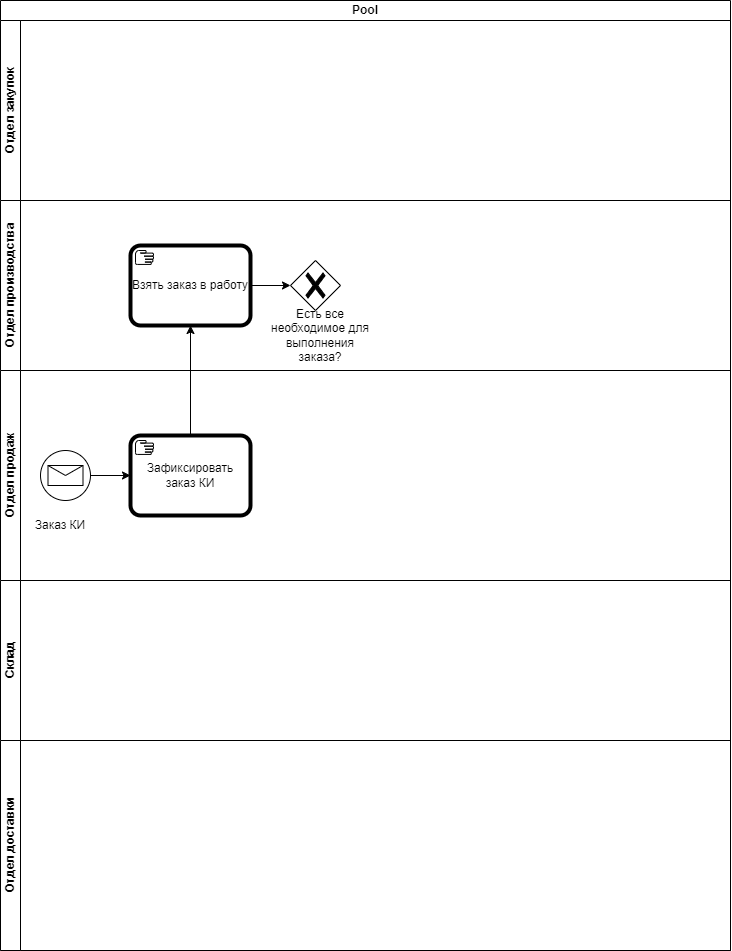
Before: BPMN.drawio.png, a diagram exported from draw.io (SofiyaBrodnikova/-educational). Source tidied: cells renumbered, new cells last; positions are measured from the earlier drawing's top-left corner, leaving out a move shared by most shapes.
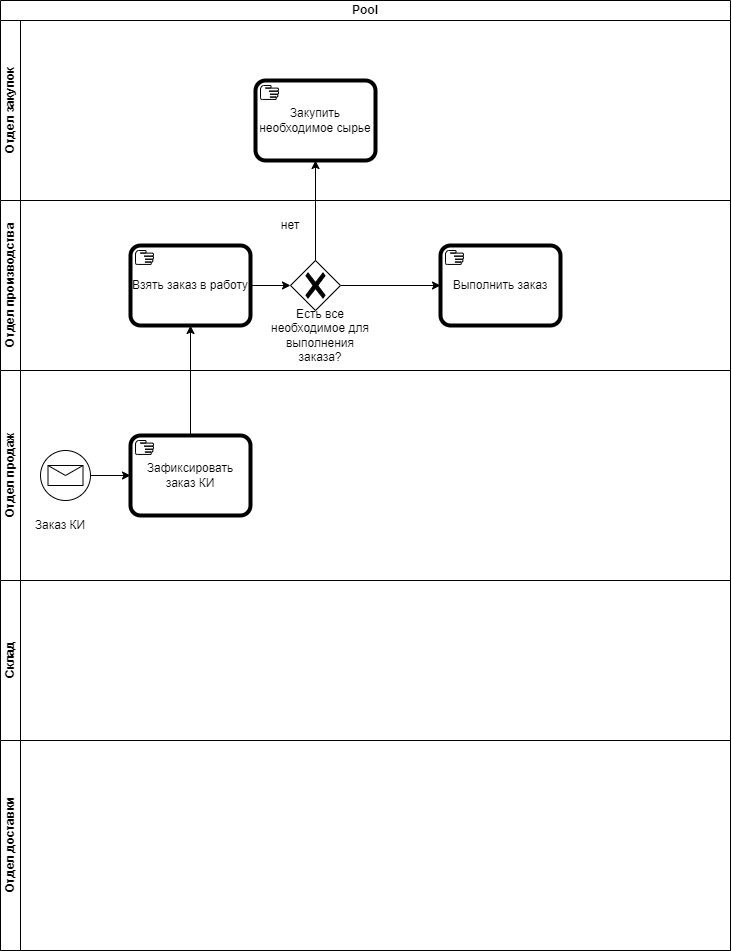
After the commit.

The edit, as a diff of the source:
```diff
@@ -8,12 +8,18 @@
     <mxCell id="3" value="Отдел закупок" style="swimlane;html=1;startSize=20;horizontal=0;" parent="2" vertex="1">
       <mxGeometry y="20" width="730" height="180" as="geometry" />
     </mxCell>
+    <mxCell id="17" value="Закупить необходимое сырье" style="points=[[0.25,0,0],[0.5,0,0],[0.75,0,0],[1,0.25,0],[1,0.5,0],[1,0.75,0],[0.75,1,0],[0.5,1,0],[0.25,1,0],[0,0.75,0],[0,0.5,0],[0,0.25,0]];shape=mxgraph.bpmn.task2;whiteSpace=wrap;rectStyle=rounded;size=10;html=1;bpmnShapeType=call;taskMarker=manual;" parent="3" vertex="1">
+      <mxGeometry x="255" y="60" width="120" height="80" as="geometry" />
+    </mxCell>
     <mxCell id="4" value="Отдел производства" style="swimlane;html=1;startSize=20;horizontal=0;" parent="2" vertex="1">
       <mxGeometry y="200" width="730" height="170" as="geometry" />
     </mxCell>
     <mxCell id="5" value="Взять заказ в работу" style="points=[[0.25,0,0],[0.5,0,0],[0.75,0,0],[1,0.25,0],[1,0.5,0],[1,0.75,0],[0.75,1,0],[0.5,1,0],[0.25,1,0],[0,0.75,0],[0,0.5,0],[0,0.25,0]];shape=mxgraph.bpmn.task2;whiteSpace=wrap;rectStyle=rounded;size=10;html=1;bpmnShapeType=call;taskMarker=manual;" parent="4" vertex="1">
       <mxGeometry x="130" y="45" width="120" height="80" as="geometry" />
     </mxCell>
+    <mxCell id="18" style="edgeStyle=orthogonalEdgeStyle;rounded=0;jettySize=auto;html=1;exitX=1;exitY=0.5;exitDx=0;exitDy=0;exitPerimeter=0;" parent="4" edge="1" source="6" target="20">
+      <mxGeometry relative="1" as="geometry" />
+    </mxCell>
     <mxCell id="6" style="points=[[0.25,0.25,0],[0.5,0,0],[0.75,0.25,0],[1,0.5,0],[0.75,0.75,0],[0.5,1,0],[0.25,0.75,0],[0,0.5,0]];shape=mxgraph.bpmn.gateway2;html=1;verticalLabelPosition=bottom;labelBackgroundColor=#ffffff;verticalAlign=top;align=center;perimeter=rhombusPerimeter;outlineConnect=0;outline=none;symbol=none;gwType=exclusive;" parent="4" vertex="1">
       <mxGeometry x="290" y="60" width="50" height="50" as="geometry" />
     </mxCell>
@@ -23,6 +29,12 @@
     <mxCell id="8" style="edgeStyle=orthogonalEdgeStyle;rounded=0;jettySize=auto;html=1;exitX=1;exitY=0.5;exitDx=0;exitDy=0;exitPerimeter=0;entryX=0;entryY=0.5;entryDx=0;entryDy=0;entryPerimeter=0;" parent="4" edge="1" source="5" target="6">
       <mxGeometry relative="1" as="geometry" />
     </mxCell>
+    <mxCell id="19" value="нет" style="text;strokeColor=none;align=center;fillColor=none;html=1;verticalAlign=middle;whiteSpace=wrap;rounded=0;" parent="4" vertex="1">
+      <mxGeometry x="260" y="10" width="60" height="30" as="geometry" />
+    </mxCell>
+    <mxCell id="20" value="Выполнить заказ" style="points=[[0.25,0,0],[0.5,0,0],[0.75,0,0],[1,0.25,0],[1,0.5,0],[1,0.75,0],[0.75,1,0],[0.5,1,0],[0.25,1,0],[0,0.75,0],[0,0.5,0],[0,0.25,0]];shape=mxgraph.bpmn.task2;whiteSpace=wrap;rectStyle=rounded;size=10;html=1;bpmnShapeType=call;taskMarker=manual;" parent="4" vertex="1">
+      <mxGeometry x="440" y="45" width="120" height="80" as="geometry" />
+    </mxCell>
     <mxCell id="9" value="Отдел продаж" style="swimlane;html=1;startSize=20;horizontal=0;" parent="2" vertex="1">
       <mxGeometry y="370" width="730" height="210" as="geometry" />
     </mxCell>
@@ -47,5 +59,8 @@
     <mxCell id="16" style="edgeStyle=orthogonalEdgeStyle;rounded=0;jettySize=auto;html=1;exitX=0.5;exitY=0;exitDx=0;exitDy=0;exitPerimeter=0;entryX=0.5;entryY=1;entryDx=0;entryDy=0;entryPerimeter=0;" parent="2" edge="1" source="10" target="5">
       <mxGeometry relative="1" as="geometry" />
     </mxCell>
+    <mxCell id="21" style="edgeStyle=orthogonalEdgeStyle;rounded=0;jettySize=auto;html=1;exitX=0.5;exitY=0;exitDx=0;exitDy=0;exitPerimeter=0;entryX=0.5;entryY=1;entryDx=0;entryDy=0;entryPerimeter=0;" parent="2" edge="1" source="6" target="17">
+      <mxGeometry relative="1" as="geometry" />
+    </mxCell>
   </root>
 </mxGraphModel>
```
